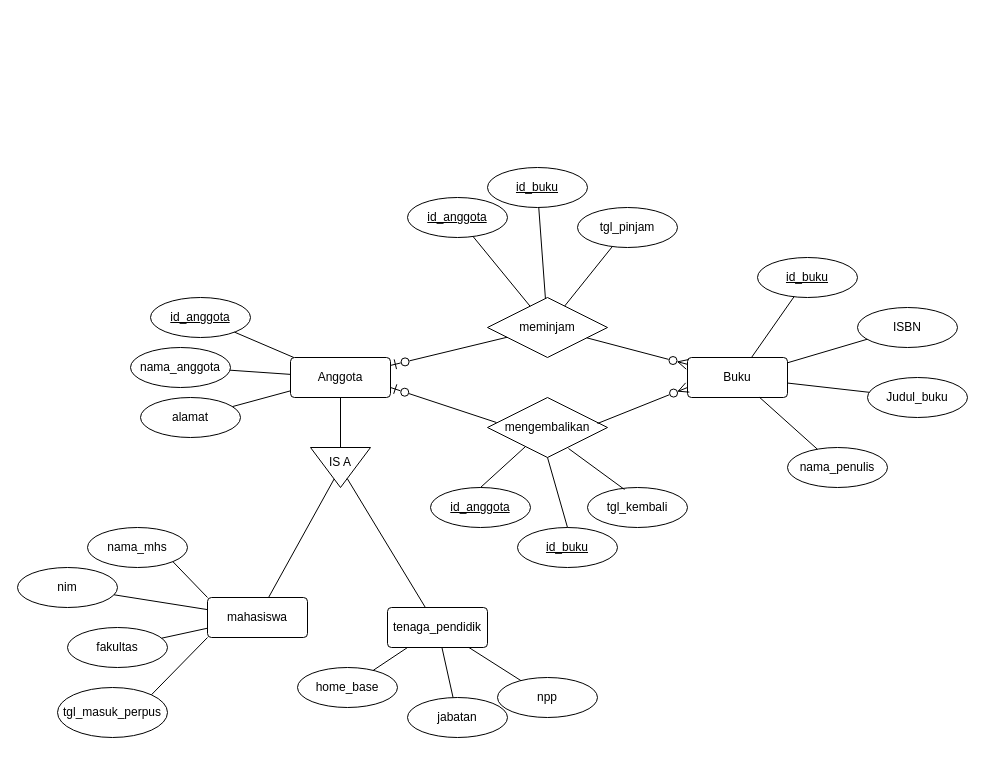
This is perpus.drawio from ilhamtkj/diagram, a draw.io file, before an edit. Source tidied: cells renumbered, new cells numbered last; positions are measured from the earlier drawing's top-left corner, leaving out a move shared by most shapes. Both pictures are drawn from the tidied source at 100%, with x=0, y=0 at pixel (17, 167).
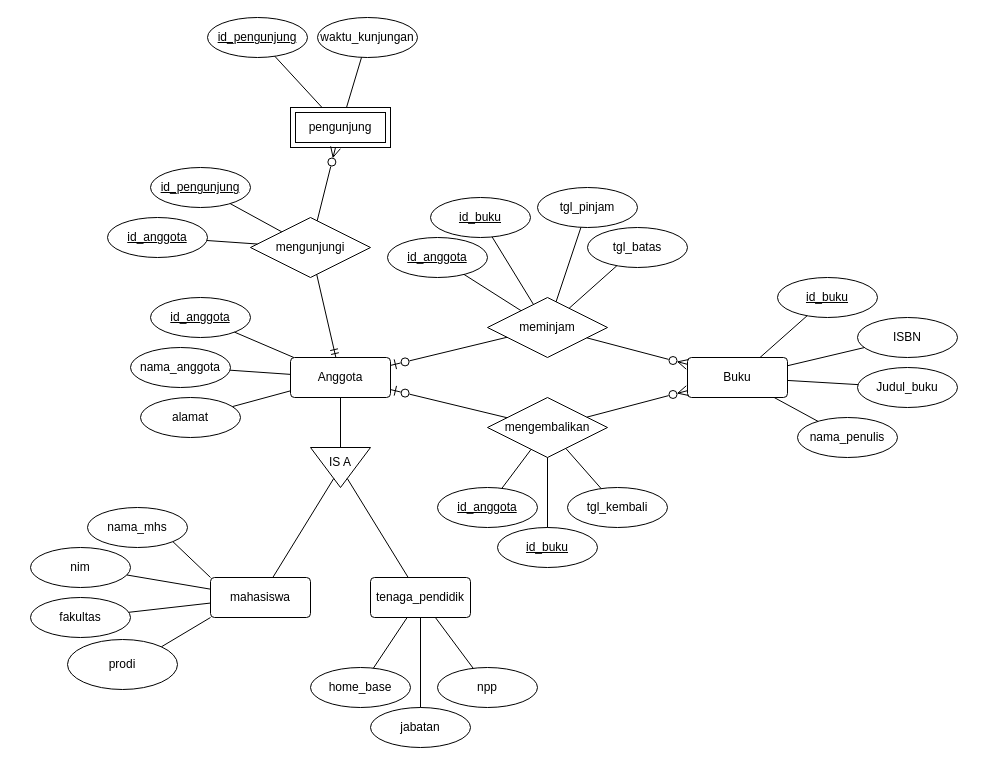
Above is the later version.

Unchanged cells that the change refers to:
```xml
<mxCell id="2" value="Buku" style="rounded=1;arcSize=10;whiteSpace=wrap;html=1;align=center;" parent="1" vertex="1">
  <mxGeometry x="670" y="190" width="100" height="40" as="geometry" />
</mxCell>
<mxCell id="11" value="Anggota" style="rounded=1;arcSize=10;whiteSpace=wrap;html=1;align=center;" parent="1" vertex="1">
  <mxGeometry x="273" y="190" width="100" height="40" as="geometry" />
</mxCell>
<mxCell id="36" value="meminjam" style="shape=rhombus;perimeter=rhombusPerimeter;whiteSpace=wrap;html=1;align=center;" parent="1" vertex="1">
  <mxGeometry x="470" y="130" width="120" height="60" as="geometry" />
</mxCell>
<mxCell id="45" value="mengembalikan" style="shape=rhombus;perimeter=rhombusPerimeter;whiteSpace=wrap;html=1;align=center;" parent="1" vertex="1">
  <mxGeometry x="470" y="230" width="120" height="60" as="geometry" />
</mxCell>
```

The edit, as a diff of the source:
```diff
@@
     <mxCell id="3" value="id_buku" style="ellipse;whiteSpace=wrap;html=1;align=center;fontStyle=4;" parent="1" vertex="1">
-      <mxGeometry x="740" y="90" width="100" height="40" as="geometry" />
+      <mxGeometry x="760" y="110" width="100" height="40" as="geometry" />
     </mxCell>
     <mxCell id="4" value="ISBN" style="ellipse;whiteSpace=wrap;html=1;align=center;" parent="1" vertex="1">
-      <mxGeometry x="840" y="140" width="100" height="40" as="geometry" />
+      <mxGeometry x="840" y="150" width="100" height="40" as="geometry" />
     </mxCell>
     <mxCell id="5" value="Judul_buku" style="ellipse;whiteSpace=wrap;html=1;align=center;" parent="1" vertex="1">
-      <mxGeometry x="850" y="210" width="100" height="40" as="geometry" />
+      <mxGeometry x="840" y="200" width="100" height="40" as="geometry" />
     </mxCell>
     <mxCell id="6" value="nama_penulis" style="ellipse;whiteSpace=wrap;html=1;align=center;" parent="1" vertex="1">
-      <mxGeometry x="770" y="280" width="100" height="40" as="geometry" />
+      <mxGeometry x="780" y="250" width="100" height="40" as="geometry" />
     </mxCell>
@@
     <mxCell id="19" value="tenaga_pendidik" style="rounded=1;arcSize=10;whiteSpace=wrap;html=1;align=center;" parent="1" vertex="1">
-      <mxGeometry x="370" y="440" width="100" height="40" as="geometry" />
+      <mxGeometry x="353" y="410" width="100" height="40" as="geometry" />
     </mxCell>
     <mxCell id="20" value="mahasiswa" style="rounded=1;arcSize=10;whiteSpace=wrap;html=1;align=center;" parent="1" vertex="1">
-      <mxGeometry x="190" y="430" width="100" height="40" as="geometry" />
+      <mxGeometry x="193" y="410" width="100" height="40" as="geometry" />
     </mxCell>
@@
     <mxCell id="23" value="nim" style="ellipse;whiteSpace=wrap;html=1;align=center;" parent="1" vertex="1">
-      <mxGeometry y="400" width="100" height="40" as="geometry" />
+      <mxGeometry x="13" y="380" width="100" height="40" as="geometry" />
     </mxCell>
     <mxCell id="24" value="fakultas" style="ellipse;whiteSpace=wrap;html=1;align=center;" parent="1" vertex="1">
-      <mxGeometry x="50" y="460" width="100" height="40" as="geometry" />
+      <mxGeometry x="13" y="430" width="100" height="40" as="geometry" />
     </mxCell>
     <mxCell id="25" value="jabatan" style="ellipse;whiteSpace=wrap;html=1;align=center;" parent="1" vertex="1">
-      <mxGeometry x="390" y="530" width="100" height="40" as="geometry" />
+      <mxGeometry x="353" y="540" width="100" height="40" as="geometry" />
     </mxCell>
     <mxCell id="26" value="home_base" style="ellipse;whiteSpace=wrap;html=1;align=center;" parent="1" vertex="1">
-      <mxGeometry x="280" y="500" width="100" height="40" as="geometry" />
+      <mxGeometry x="293" y="500" width="100" height="40" as="geometry" />
     </mxCell>
@@
     <mxCell id="34" value="npp" style="ellipse;whiteSpace=wrap;html=1;align=center;" parent="1" vertex="1">
-      <mxGeometry x="480" y="510" width="100" height="40" as="geometry" />
+      <mxGeometry x="420" y="500" width="100" height="40" as="geometry" />
     </mxCell>
@@
     <mxCell id="39" value="tgl_pinjam" style="ellipse;whiteSpace=wrap;html=1;align=center;" parent="1" vertex="1">
-      <mxGeometry x="560" y="40" width="100" height="40" as="geometry" />
+      <mxGeometry x="520" y="20" width="100" height="40" as="geometry" />
     </mxCell>
     <mxCell id="40" value="id_anggota" style="ellipse;whiteSpace=wrap;html=1;align=center;fontStyle=4;" parent="1" vertex="1">
-      <mxGeometry x="390" y="30" width="100" height="40" as="geometry" />
+      <mxGeometry x="370" y="70" width="100" height="40" as="geometry" />
     </mxCell>
     <mxCell id="41" value="id_buku" style="ellipse;whiteSpace=wrap;html=1;align=center;fontStyle=4;" parent="1" vertex="1">
-      <mxGeometry x="470" width="100" height="40" as="geometry" />
+      <mxGeometry x="413" y="30" width="100" height="40" as="geometry" />
     </mxCell>
@@
-    <mxCell id="46" style="endArrow=ERzeroToMany;html=1;rounded=0;endFill=0;endSize=8;entryX=0;entryY=0.75;entryDx=0;entryDy=0;exitX=0.917;exitY=0.433;exitDx=0;exitDy=0;exitPerimeter=0;" parent="1" edge="1" source="45" target="2">
+    <mxCell id="46" style="endArrow=ERzeroToMany;html=1;rounded=0;endFill=0;endSize=8;" parent="1" edge="1" source="45" target="2">
       <mxGeometry relative="1" as="geometry" />
     </mxCell>
-    <mxCell id="47" style="endArrow=none;html=1;rounded=0;startArrow=ERzeroToOne;startFill=0;endSize=6;startSize=8;exitX=1;exitY=0.75;exitDx=0;exitDy=0;entryX=0.075;entryY=0.417;entryDx=0;entryDy=0;entryPerimeter=0;" parent="1" edge="1" source="11" target="45">
+    <mxCell id="47" style="endArrow=none;html=1;rounded=0;startArrow=ERzeroToOne;startFill=0;endSize=6;startSize=8;" parent="1" edge="1" source="11" target="45">
       <mxGeometry relative="1" as="geometry" />
     </mxCell>
     <mxCell id="48" value="tgl_kembali" style="ellipse;whiteSpace=wrap;html=1;align=center;" parent="1" vertex="1">
-      <mxGeometry x="570" y="320" width="100" height="40" as="geometry" />
+      <mxGeometry x="550" y="320" width="100" height="40" as="geometry" />
     </mxCell>
     <mxCell id="49" value="id_anggota" style="ellipse;whiteSpace=wrap;html=1;align=center;fontStyle=4;" parent="1" vertex="1">
-      <mxGeometry x="413" y="320" width="100" height="40" as="geometry" />
+      <mxGeometry x="420" y="320" width="100" height="40" as="geometry" />
     </mxCell>
     <mxCell id="50" value="id_buku" style="ellipse;whiteSpace=wrap;html=1;align=center;fontStyle=4;" parent="1" vertex="1">
-      <mxGeometry x="500" y="360" width="100" height="40" as="geometry" />
+      <mxGeometry x="480" y="360" width="100" height="40" as="geometry" />
     </mxCell>
-    <mxCell id="51" style="endArrow=none;html=1;rounded=0;entryX=0.5;entryY=0;entryDx=0;entryDy=0;exitX=0.317;exitY=0.817;exitDx=0;exitDy=0;exitPerimeter=0;" parent="1" edge="1" source="45" target="49">
+    <mxCell id="51" style="endArrow=none;html=1;rounded=0;" parent="1" edge="1" source="45" target="49">
       <mxGeometry relative="1" as="geometry" />
     </mxCell>
-    <mxCell id="52" style="endArrow=none;html=1;rounded=0;entryX=0.5;entryY=0;entryDx=0;entryDy=0;exitX=0.5;exitY=1;exitDx=0;exitDy=0;" parent="1" edge="1" source="45" target="50">
+    <mxCell id="52" style="endArrow=none;html=1;rounded=0;" parent="1" edge="1" source="45" target="50">
       <mxGeometry relative="1" as="geometry" />
     </mxCell>
-    <mxCell id="53" style="endArrow=none;html=1;rounded=0;entryX=0.675;entryY=0.85;entryDx=0;entryDy=0;exitX=0.37;exitY=0.05;exitDx=0;exitDy=0;exitPerimeter=0;entryPerimeter=0;" parent="1" edge="1" source="48" target="45">
+    <mxCell id="53" style="endArrow=none;html=1;rounded=0;" parent="1" edge="1" source="48" target="45">
       <mxGeometry relative="1" as="geometry" />
     </mxCell>
     <mxCell id="54" value="nama_mhs" style="ellipse;whiteSpace=wrap;html=1;align=center;" parent="1" vertex="1">
-      <mxGeometry x="70" y="360" width="100" height="40" as="geometry" />
+      <mxGeometry x="70" y="340" width="100" height="40" as="geometry" />
     </mxCell>
@@
-    <mxCell id="56" value="tgl_masuk_perpus" style="ellipse;whiteSpace=wrap;html=1;align=center;" parent="1" vertex="1">
-      <mxGeometry x="40" y="520" width="110" height="50" as="geometry" />
+    <mxCell id="56" value="prodi" style="ellipse;whiteSpace=wrap;html=1;align=center;" parent="1" vertex="1">
+      <mxGeometry x="50" y="472" width="110" height="50" as="geometry" />
     </mxCell>
@@
+    <mxCell id="58" value="tgl_batas" style="ellipse;whiteSpace=wrap;html=1;align=center;" parent="1" vertex="1">
+      <mxGeometry x="570" y="60" width="100" height="40" as="geometry" />
+    </mxCell>
+    <mxCell id="59" style="endArrow=none;html=1;rounded=0;" parent="1" edge="1" source="58" target="36">
+      <mxGeometry relative="1" as="geometry" />
+    </mxCell>
+    <mxCell id="60" value="pengunjung" style="shape=ext;margin=3;double=1;whiteSpace=wrap;html=1;align=center;" parent="1" vertex="1">
+      <mxGeometry x="273" y="-60" width="100" height="40" as="geometry" />
+    </mxCell>
+    <mxCell id="61" value="mengunjungi" style="shape=rhombus;perimeter=rhombusPerimeter;whiteSpace=wrap;html=1;align=center;" parent="1" vertex="1">
+      <mxGeometry x="233" y="50" width="120" height="60" as="geometry" />
+    </mxCell>
+    <mxCell id="62" style="endArrow=none;html=1;rounded=0;startArrow=ERmandOne;startFill=0;" parent="1" edge="1" source="11" target="61">
+      <mxGeometry relative="1" as="geometry" />
+    </mxCell>
+    <mxCell id="63" style="endArrow=ERzeroToMany;html=1;rounded=0;endFill=0;endSize=8;" parent="1" edge="1" source="61" target="60">
+      <mxGeometry relative="1" as="geometry" />
+    </mxCell>
+    <mxCell id="64" value="id_pengunjung" style="ellipse;whiteSpace=wrap;html=1;align=center;fontStyle=4;" parent="1" vertex="1">
+      <mxGeometry x="190" y="-150" width="100" height="40" as="geometry" />
+    </mxCell>
+    <mxCell id="65" value="waktu_kunjungan" style="ellipse;whiteSpace=wrap;html=1;align=center;" parent="1" vertex="1">
+      <mxGeometry x="300" y="-150" width="100" height="40" as="geometry" />
+    </mxCell>
+    <mxCell id="66" style="endArrow=none;html=1;rounded=0;" parent="1" edge="1" source="60" target="65">
+      <mxGeometry relative="1" as="geometry" />
+    </mxCell>
+    <mxCell id="67" style="endArrow=none;html=1;rounded=0;" parent="1" edge="1" source="60" target="64">
+      <mxGeometry relative="1" as="geometry" />
+    </mxCell>
+    <mxCell id="68" value="id_pengunjung" style="ellipse;whiteSpace=wrap;html=1;align=center;fontStyle=4;" parent="1" vertex="1">
+      <mxGeometry x="133" width="100" height="40" as="geometry" />
+    </mxCell>
+    <mxCell id="69" value="id_anggota" style="ellipse;whiteSpace=wrap;html=1;align=center;fontStyle=4;" parent="1" vertex="1">
+      <mxGeometry x="90" y="50" width="100" height="40" as="geometry" />
+    </mxCell>
+    <mxCell id="70" style="endArrow=none;html=1;rounded=0;" parent="1" edge="1" source="68" target="61">
+      <mxGeometry relative="1" as="geometry" />
+    </mxCell>
+    <mxCell id="71" style="endArrow=none;html=1;rounded=0;" parent="1" edge="1" source="69" target="61">
+      <mxGeometry relative="1" as="geometry" />
+    </mxCell>
```
